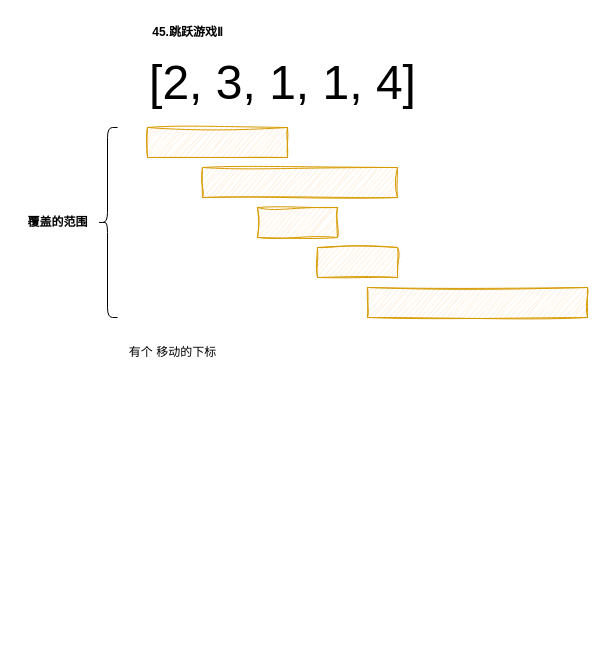
Before: page "14.算法-4" (11 of 11) of assault_course/【爪哇教育】前端突击训练营.drawio in djsz3y/zhaowa-study-notes, a draw.io diagram. Source tidied: cells renumbered, new cells numbered last; positions are measured from the earlier drawing's top-left corner, leaving out a move shared by most shapes. Both pictures are drawn from the tidied source at 100%, with x=0, y=0 at pixel (17, 17).
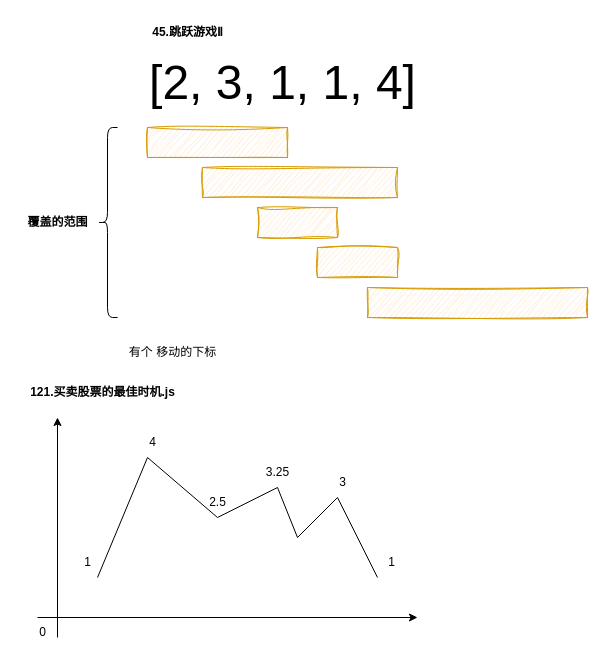
The same page after the edit.

Commit message:
更新【爪哇教育】前端突击训练营.drawio

What changed in the source:
```diff
@@
+    <mxCell id="13" style="group;" parent="1" vertex="1">
+      <mxGeometry y="360" width="400" height="270" as="geometry" />
+    </mxCell>
+    <mxCell id="14" style="endArrow=none;html=1;rounded=0;" parent="13" edge="1">
+      <mxGeometry relative="1" as="geometry">
+        <mxPoint x="80" y="200" as="sourcePoint" />
+        <mxPoint x="130" y="80" as="targetPoint" />
+      </mxGeometry>
+    </mxCell>
+    <mxCell id="15" style="endArrow=none;html=1;rounded=0;" parent="13" edge="1">
+      <mxGeometry relative="1" as="geometry">
+        <mxPoint x="130" y="80" as="sourcePoint" />
+        <mxPoint x="200" y="140" as="targetPoint" />
+      </mxGeometry>
+    </mxCell>
+    <mxCell id="16" style="endArrow=none;html=1;rounded=0;" parent="13" edge="1">
+      <mxGeometry relative="1" as="geometry">
+        <mxPoint x="200" y="140" as="sourcePoint" />
+        <mxPoint x="260" y="110" as="targetPoint" />
+      </mxGeometry>
+    </mxCell>
+    <mxCell id="17" style="endArrow=none;html=1;rounded=0;" parent="13" edge="1">
+      <mxGeometry relative="1" as="geometry">
+        <mxPoint x="260" y="110" as="sourcePoint" />
+        <mxPoint x="280" y="160" as="targetPoint" />
+      </mxGeometry>
+    </mxCell>
+    <mxCell id="18" style="endArrow=none;html=1;rounded=0;" parent="13" edge="1">
+      <mxGeometry relative="1" as="geometry">
+        <mxPoint x="280" y="160" as="sourcePoint" />
+        <mxPoint x="320" y="120" as="targetPoint" />
+      </mxGeometry>
+    </mxCell>
+    <mxCell id="19" style="endArrow=none;html=1;rounded=0;" parent="13" edge="1">
+      <mxGeometry relative="1" as="geometry">
+        <mxPoint x="320" y="120" as="sourcePoint" />
+        <mxPoint x="360" y="200" as="targetPoint" />
+      </mxGeometry>
+    </mxCell>
+    <mxCell id="20" style="endArrow=classic;html=1;rounded=0;" parent="13" edge="1">
+      <mxGeometry relative="1" as="geometry">
+        <mxPoint x="20" y="240" as="sourcePoint" />
+        <mxPoint x="400" y="240" as="targetPoint" />
+      </mxGeometry>
+    </mxCell>
+    <mxCell id="21" style="endArrow=classic;html=1;rounded=0;" parent="13" edge="1">
+      <mxGeometry relative="1" as="geometry">
+        <mxPoint x="40" y="260" as="sourcePoint" />
+        <mxPoint x="40" y="40" as="targetPoint" />
+      </mxGeometry>
+    </mxCell>
+    <mxCell id="22" value="0" style="text;html=1;align=center;verticalAlign=middle;strokeColor=none;fillColor=none;" parent="13" vertex="1">
+      <mxGeometry x="10" y="240" width="30" height="30" as="geometry" />
+    </mxCell>
+    <mxCell id="23" value="4" style="text;html=1;align=center;verticalAlign=middle;strokeColor=none;fillColor=none;" parent="13" vertex="1">
+      <mxGeometry x="120" y="50" width="30" height="30" as="geometry" />
+    </mxCell>
+    <mxCell id="24" value="1" style="text;html=1;align=center;verticalAlign=middle;strokeColor=none;fillColor=none;" parent="13" vertex="1">
+      <mxGeometry x="55" y="170" width="30" height="30" as="geometry" />
+    </mxCell>
+    <mxCell id="25" value="2.5" style="text;html=1;align=center;verticalAlign=middle;strokeColor=none;fillColor=none;" parent="13" vertex="1">
+      <mxGeometry x="180" y="110" width="40" height="30" as="geometry" />
+    </mxCell>
+    <mxCell id="26" value="3.25" style="text;html=1;align=center;verticalAlign=middle;strokeColor=none;fillColor=none;" parent="13" vertex="1">
+      <mxGeometry x="235" y="80" width="50" height="30" as="geometry" />
+    </mxCell>
+    <mxCell id="27" value="3" style="text;html=1;align=center;verticalAlign=middle;strokeColor=none;fillColor=none;" parent="13" vertex="1">
+      <mxGeometry x="310" y="90" width="30" height="30" as="geometry" />
+    </mxCell>
+    <mxCell id="28" value="1" style="text;html=1;align=center;verticalAlign=middle;strokeColor=none;fillColor=none;" parent="13" vertex="1">
+      <mxGeometry x="359" y="170" width="30" height="30" as="geometry" />
+    </mxCell>
+    <mxCell id="29" value="121.买卖股票的最佳时机.js" style="text;html=1;align=center;verticalAlign=middle;strokeColor=none;fillColor=none;fontStyle=1;" parent="13" vertex="1">
+      <mxGeometry width="170" height="30" as="geometry" />
+    </mxCell>
```
